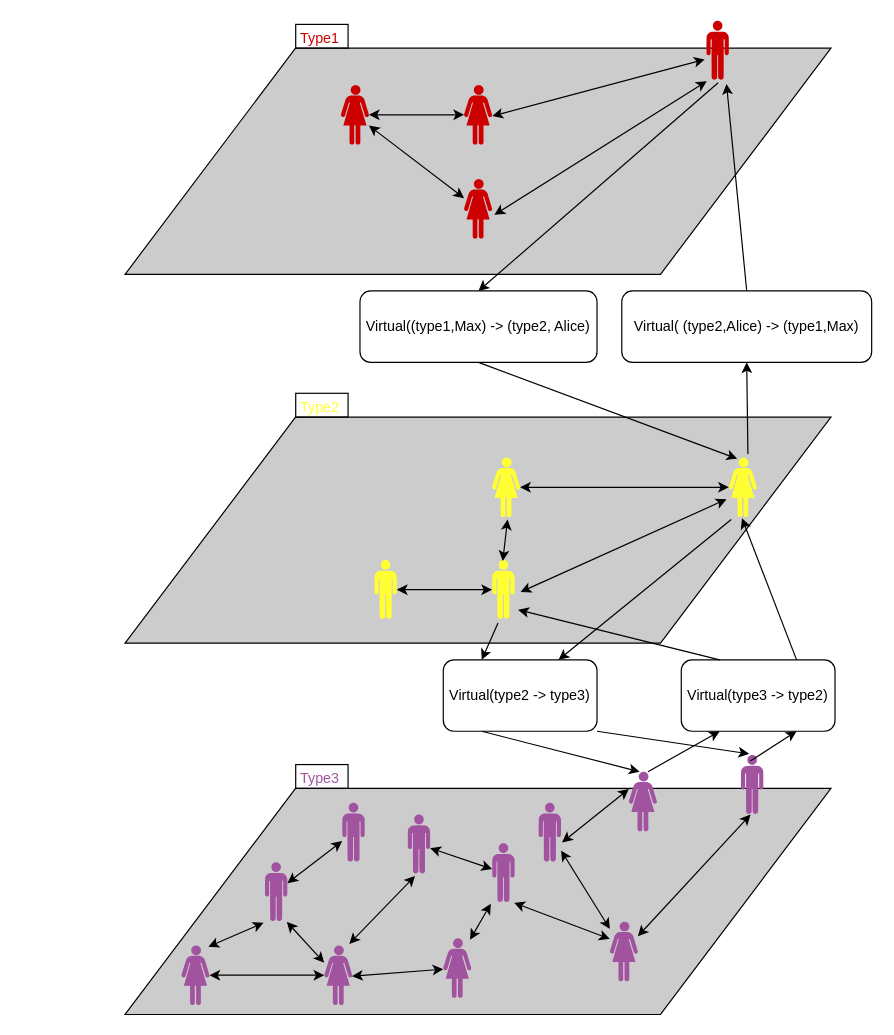
Before: docs/images/networkOfNetworkVirtualTypesFiner.drawio in josura/c2c-sepia, a draw.io diagram. Source tidied: cells renumbered, new cells numbered last; positions are measured from the earlier drawing's top-left corner, leaving out a move shared by most shapes. Both pictures are drawn from the tidied source at 119%, with x=0, y=0 at pixel (125, 20).
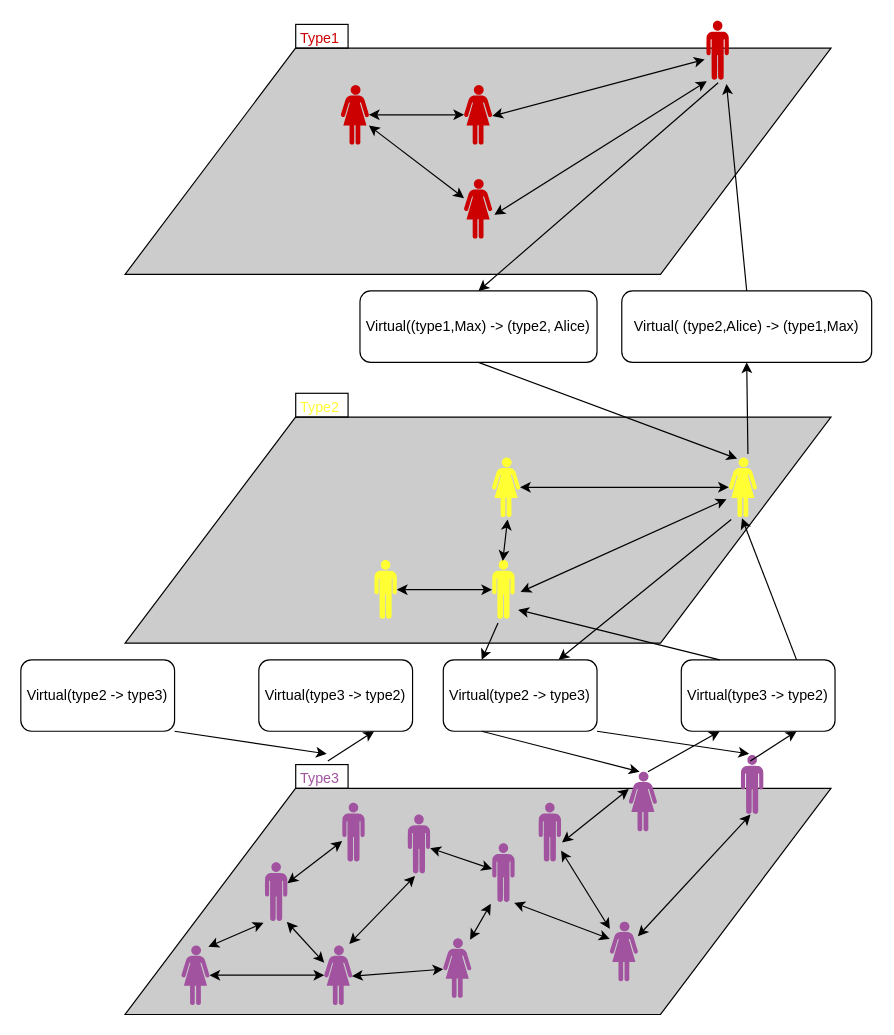
Above is the later version.

Diff of the diagram source:
```diff
@@
+    <mxCell id="66" value="Virtual(type3 -&amp;gt; type2)" style="rounded=1;whiteSpace=wrap;html=1;" parent="1" vertex="1">
+      <mxGeometry x="112" y="537" width="129.2" height="60" as="geometry" />
+    </mxCell>
+    <mxCell id="67" style="rounded=0;jettySize=auto;html=1;exitX=0.75;exitY=1;exitDx=0;exitDy=0;entryX=0.421;entryY=0.1;entryDx=0;entryDy=0;entryPerimeter=0;endArrow=none;endFill=0;startArrow=classic;startFill=1;" parent="1" edge="1" source="66">
+      <mxGeometry relative="1" as="geometry">
+        <mxPoint x="170" y="622" as="targetPoint" />
+      </mxGeometry>
+    </mxCell>
+    <mxCell id="68" value="Virtual(type2 -&amp;gt; type3)" style="rounded=1;whiteSpace=wrap;html=1;" parent="1" vertex="1">
+      <mxGeometry x="-88" y="537" width="129.2" height="60" as="geometry" />
+    </mxCell>
+    <mxCell id="69" style="rounded=0;jettySize=auto;html=1;exitX=1;exitY=1;exitDx=0;exitDy=0;entryX=0.368;entryY=-0.02;entryDx=0;entryDy=0;entryPerimeter=0;endArrow=classic;endFill=1;startArrow=none;startFill=0;" parent="1" edge="1" source="68">
+      <mxGeometry relative="1" as="geometry">
+        <mxPoint x="169" y="616" as="targetPoint" />
+      </mxGeometry>
+    </mxCell>
```
